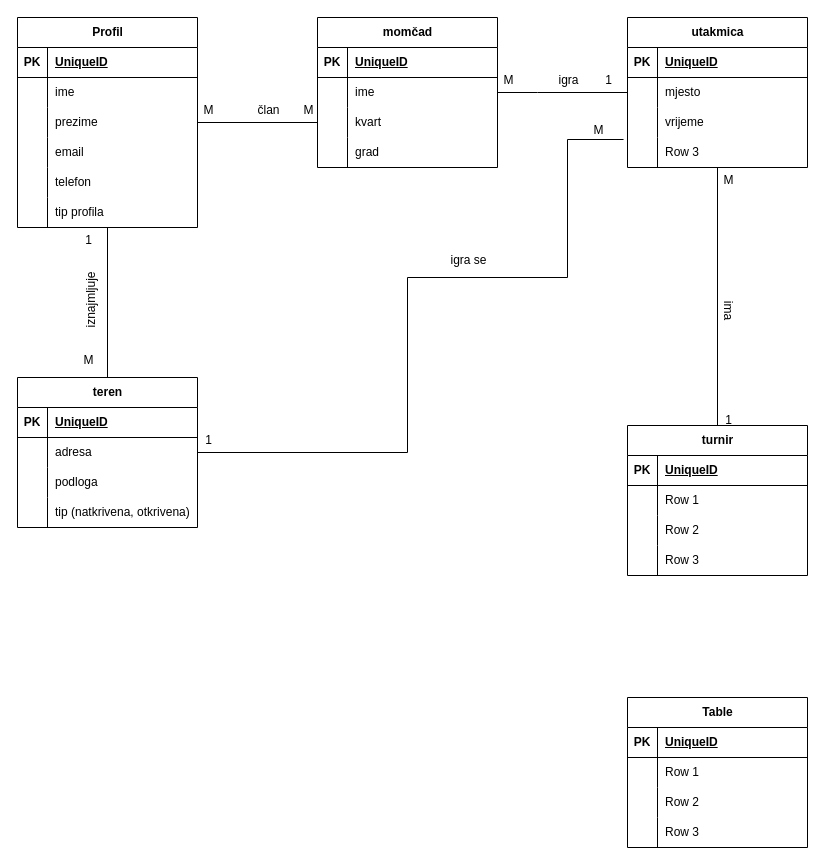
RagingApe/mali-projekti keeps this draw.io diagram as hakl.drawio. Above is the earlier version. Source tidied: cells renumbered, new cells numbered last; positions are measured from the earlier drawing's top-left corner, leaving out a move shared by most shapes. Both pictures are drawn from the tidied source at 100%, with x=0, y=0 at pixel (17, 17).
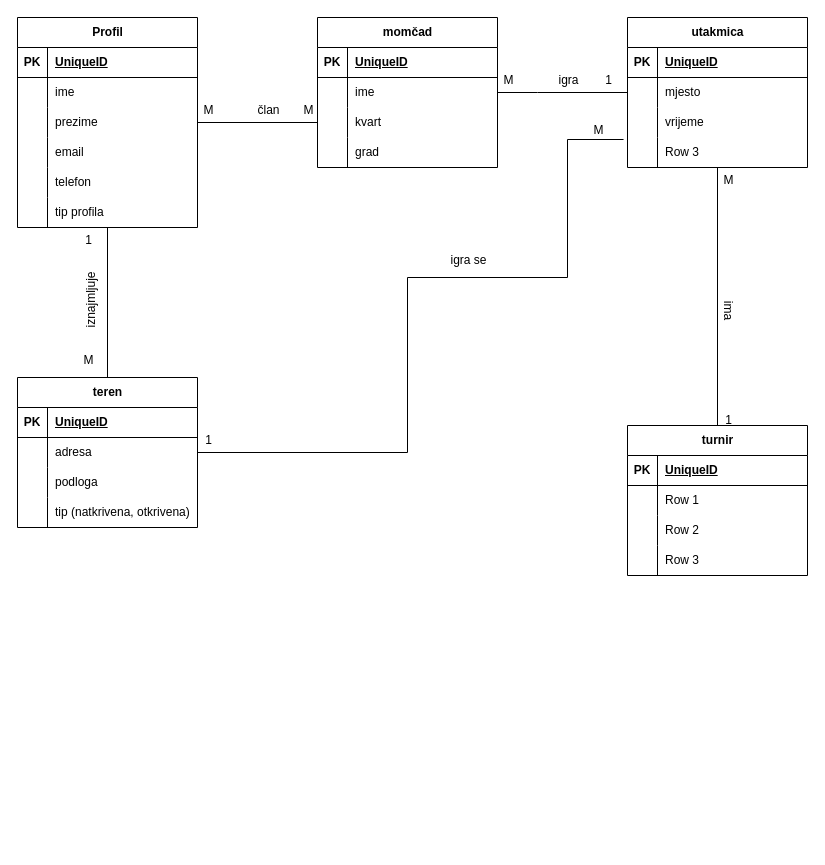
The same page after the edit.

Change to the diagram source:
```diff
@@
-    <mxCell id="75" value="Table" style="shape=table;startSize=30;childLayout=tableLayout;rowLines=0;fontStyle=1;align=center;html=1;" parent="1" vertex="1">
-      <mxGeometry x="610" y="680" width="180" height="150" as="geometry" />
-    </mxCell>
-    <mxCell id="76" style="shape=tableRow;horizontal=0;startSize=0;swimlaneHead=0;swimlaneBody=0;fillColor=none;top=0;left=0;right=0;bottom=1;" parent="75" vertex="1">
-      <mxGeometry y="30" width="180" height="30" as="geometry" />
-    </mxCell>
-    <mxCell id="77" value="PK" style="shape=partialRectangle;fillColor=none;top=0;left=0;bottom=0;right=0;fontStyle=1;overflow=hidden;whiteSpace=wrap;html=1;" parent="76" vertex="1">
-      <mxGeometry width="30" height="30" as="geometry" />
-    </mxCell>
-    <mxCell id="78" value="UniqueID" style="shape=partialRectangle;fillColor=none;top=0;left=0;bottom=0;right=0;align=left;spacingLeft=6;fontStyle=5;overflow=hidden;whiteSpace=wrap;html=1;" parent="76" vertex="1">
-      <mxGeometry x="30" width="150" height="30" as="geometry" />
-    </mxCell>
-    <mxCell id="79" style="shape=tableRow;horizontal=0;startSize=0;swimlaneHead=0;swimlaneBody=0;fillColor=none;top=0;left=0;right=0;bottom=0;" parent="75" vertex="1">
-      <mxGeometry y="60" width="180" height="30" as="geometry" />
-    </mxCell>
-    <mxCell id="80" style="shape=partialRectangle;fillColor=none;top=0;left=0;bottom=0;right=0;overflow=hidden;whiteSpace=wrap;html=1;" parent="79" vertex="1">
-      <mxGeometry width="30" height="30" as="geometry" />
-    </mxCell>
-    <mxCell id="81" value="Row 1" style="shape=partialRectangle;fillColor=none;top=0;left=0;bottom=0;right=0;align=left;spacingLeft=6;overflow=hidden;whiteSpace=wrap;html=1;" parent="79" vertex="1">
-      <mxGeometry x="30" width="150" height="30" as="geometry" />
-    </mxCell>
-    <mxCell id="82" style="shape=tableRow;horizontal=0;startSize=0;swimlaneHead=0;swimlaneBody=0;fillColor=none;top=0;left=0;right=0;bottom=0;" parent="75" vertex="1">
-      <mxGeometry y="90" width="180" height="30" as="geometry" />
-    </mxCell>
-    <mxCell id="83" style="shape=partialRectangle;fillColor=none;top=0;left=0;bottom=0;right=0;overflow=hidden;whiteSpace=wrap;html=1;" parent="82" vertex="1">
-      <mxGeometry width="30" height="30" as="geometry" />
-    </mxCell>
-    <mxCell id="84" value="Row 2" style="shape=partialRectangle;fillColor=none;top=0;left=0;bottom=0;right=0;align=left;spacingLeft=6;overflow=hidden;whiteSpace=wrap;html=1;" parent="82" vertex="1">
-      <mxGeometry x="30" width="150" height="30" as="geometry" />
-    </mxCell>
-    <mxCell id="85" style="shape=tableRow;horizontal=0;startSize=0;swimlaneHead=0;swimlaneBody=0;fillColor=none;top=0;left=0;right=0;bottom=0;" parent="75" vertex="1">
-      <mxGeometry y="120" width="180" height="30" as="geometry" />
-    </mxCell>
-    <mxCell id="86" style="shape=partialRectangle;fillColor=none;top=0;left=0;bottom=0;right=0;overflow=hidden;whiteSpace=wrap;html=1;" parent="85" vertex="1">
-      <mxGeometry width="30" height="30" as="geometry" />
-    </mxCell>
-    <mxCell id="87" value="Row 3" style="shape=partialRectangle;fillColor=none;top=0;left=0;bottom=0;right=0;align=left;spacingLeft=6;overflow=hidden;whiteSpace=wrap;html=1;" parent="85" vertex="1">
-      <mxGeometry x="30" width="150" height="30" as="geometry" />
-    </mxCell>
```
